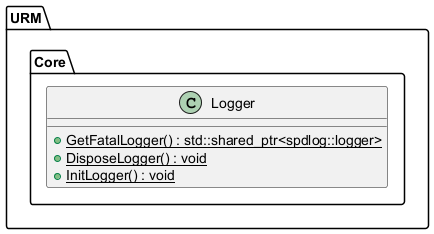
Before: Latex/images/UML/logging.png, a diagram exported from PlantUML (MinikPLayer/MasterThesis_UniversalRenderingModule_D3D11).
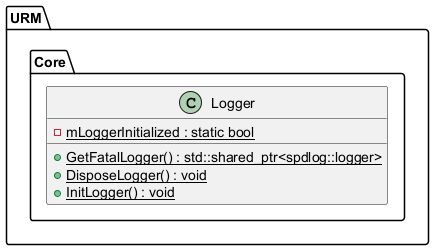
Later version of the same file.

Change to the diagram source:
```diff
@@ -9,6 +9,7 @@
 namespace URM {
 	namespace Core {
 		class Logger {
+			-{static} mLoggerInitialized : static bool
 			+{static} GetFatalLogger() : std::shared_ptr<spdlog::logger>
 			+{static} DisposeLogger() : void
 			+{static} InitLogger() : void
```
